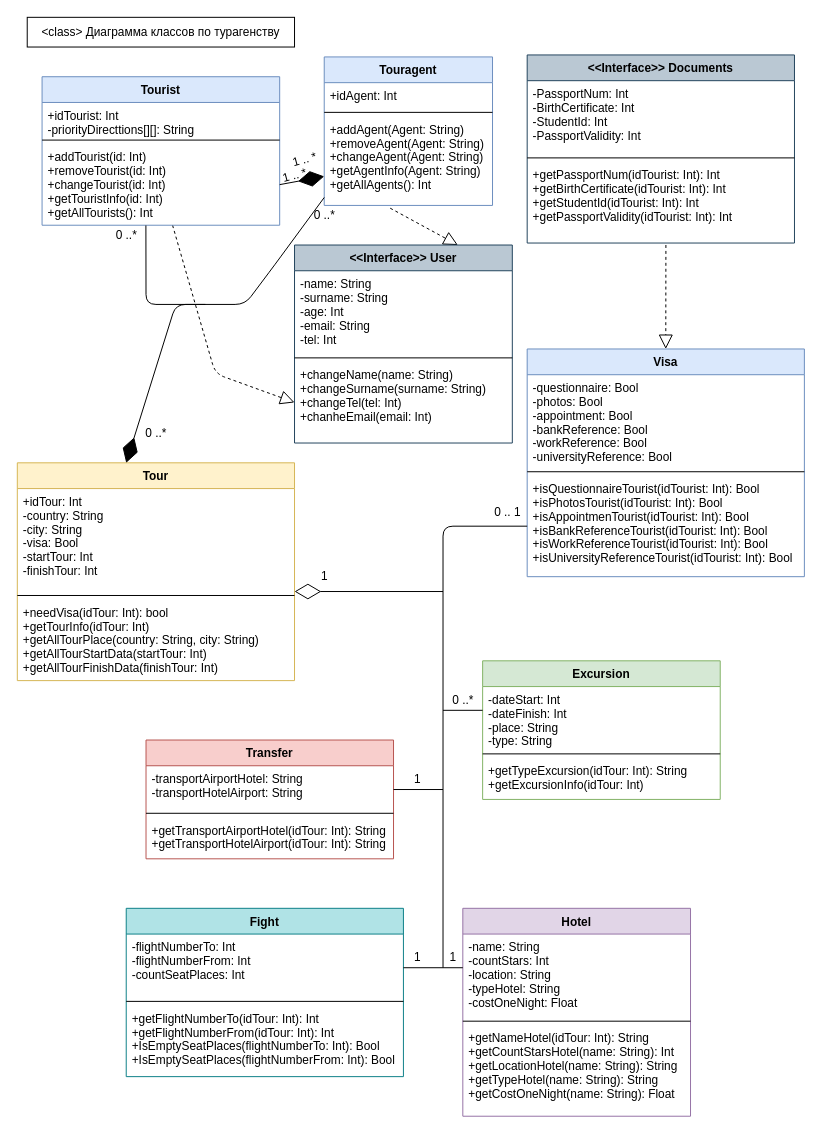
Before: Untitled Diagram.drawio in f0rsunka/UML, a draw.io diagram. Source tidied: cells renumbered, new cells numbered last; positions are measured from the earlier drawing's top-left corner, leaving out a move shared by most shapes. Both pictures are drawn from the tidied source at 99%, with x=0, y=0 at pixel (17, 17).
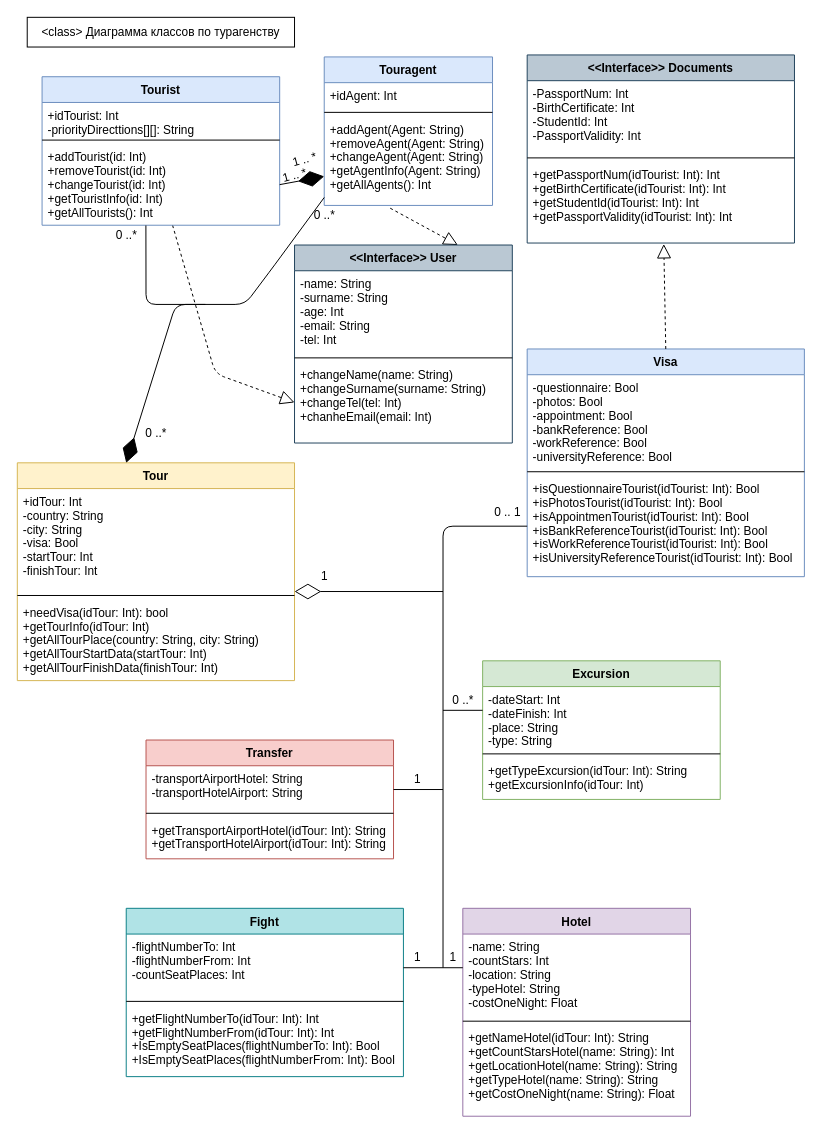
After the change.

Commit message:
right arrow visa->documents

Unchanged cells that the change refers to:
```xml
<mxCell id="16" value="+getPassportNum(idTourist: Int): Int&#10;+getBirthСertificate(idTourist: Int): Int&#10;+getStudentId(idTourist: Int): Int&#10;+getPassportValidity(idTourist: Int): Int" style="text;strokeColor=none;fillColor=none;align=left;verticalAlign=top;spacingLeft=4;spacingRight=4;overflow=hidden;points=[[0,0.5],[1,0.5]];portConstraint=eastwest;" parent="13" vertex="1">
  <mxGeometry y="108" width="270" height="82" as="geometry" />
</mxCell>
<mxCell id="21" value="Visa" style="swimlane;fontStyle=1;align=center;verticalAlign=top;horizontal=1;startSize=26;fillColor=#dae8fc;strokeColor=#6c8ebf;" parent="1" vertex="1">
  <mxGeometry x="515" y="335" width="280" height="230" as="geometry" />
</mxCell>
```

Change to the diagram source:
```diff
@@
-    <mxCell id="52" style="endArrow=block;dashed=1;endFill=0;endSize=12;html=1;exitX=0.519;exitY=1.024;exitDx=0;exitDy=0;exitPerimeter=0;entryX=0.5;entryY=0;entryDx=0;entryDy=0;" parent="1" edge="1" source="16" target="21">
+    <mxCell id="52" style="endArrow=block;dashed=1;endFill=0;endSize=12;html=1;exitX=0.5;exitY=0;exitDx=0;exitDy=0;entryX=0.511;entryY=1.012;entryDx=0;entryDy=0;entryPerimeter=0;" parent="1" edge="1" source="21" target="16">
       <mxGeometry relative="1" as="geometry" />
     </mxCell>
```
